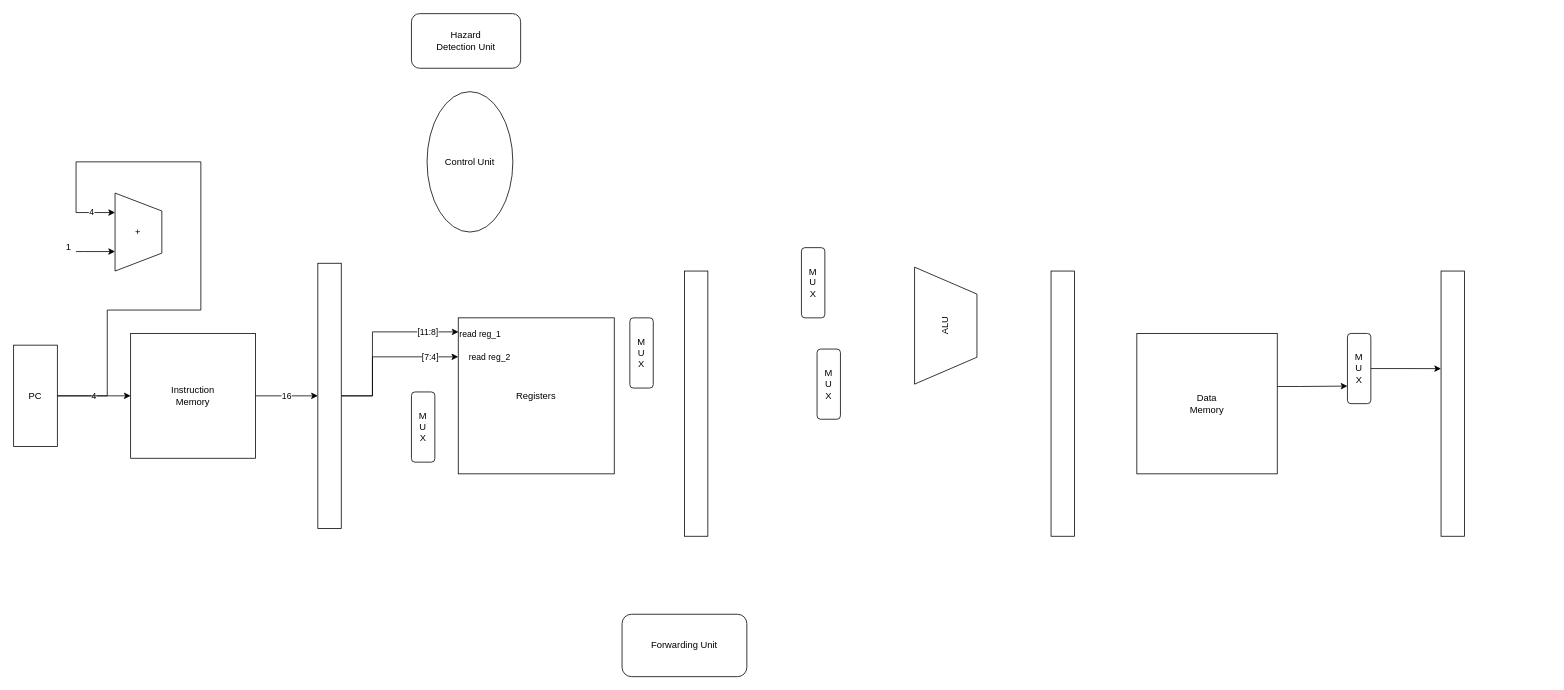
Above: Untitled Diagram.drawio in PeitingXie/COMP3211-project (draw.io), before the change. Source tidied: cells renumbered, new cells numbered last; positions are measured from the earlier drawing's top-left corner, leaving out a move shared by most shapes. Both pictures are drawn from the tidied source at 78%, with x=0, y=0 at pixel (13, 13).
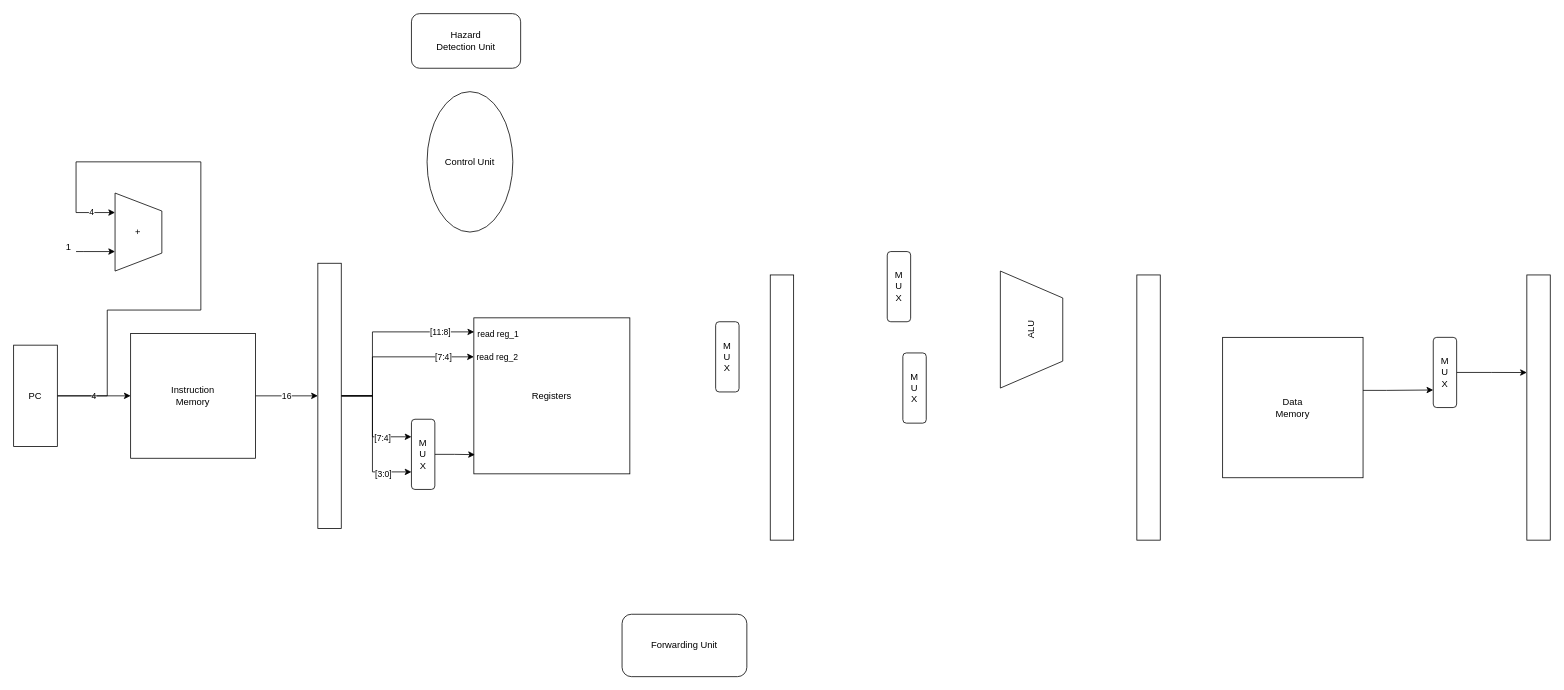
Above is the later version.

The change refers to these unchanged cells:
```xml
<mxCell id="8" style="edgeStyle=orthogonalEdgeStyle;rounded=0;jettySize=auto;html=1;entryX=0.002;entryY=0.09;entryDx=0;entryDy=0;entryPerimeter=0;" parent="1" edge="1" source="13" target="2">
  <mxGeometry relative="1" as="geometry">
    <Array as="points">
      <mxPoint x="460" y="490" />
      <mxPoint x="460" y="408" />
    </Array>
  </mxGeometry>
</mxCell>
<mxCell id="13" style="rounded=0;whiteSpace=wrap;html=1;" parent="1" vertex="1">
  <mxGeometry x="390" y="320" width="30" height="340" as="geometry" />
</mxCell>
```

The edit, as a diff of the source:
```diff
@@
     <mxCell id="2" value="Registers" style="whiteSpace=wrap;html=1;shadow=0;" parent="1" vertex="1">
-      <mxGeometry x="570" y="390" width="200" height="200" as="geometry" />
+      <mxGeometry x="590" y="390" width="200" height="200" as="geometry" />
     </mxCell>
@@
     <mxCell id="9" value="read reg_1" style="edgeLabel;html=1;align=center;verticalAlign=middle;" parent="8" vertex="1">
       <mxGeometry x="0.57" y="-2" relative="1" as="geometry">
-        <mxPoint x="77" as="offset" />
+        <mxPoint x="84" as="offset" />
       </mxGeometry>
     </mxCell>
@@
     <mxCell id="11" value="read reg_2" style="edgeStyle=orthogonalEdgeStyle;rounded=0;jettySize=auto;html=1;entryX=0;entryY=0.25;entryDx=0;entryDy=0;" parent="1" edge="1" source="13" target="2">
-      <mxGeometry x="1" y="40" relative="1" as="geometry">
+      <mxGeometry x="1" y="30" relative="1" as="geometry">
         <Array as="points">
           <mxPoint x="460" y="490" />
           <mxPoint x="460" y="440" />
         </Array>
-        <mxPoint x="40" y="40" as="offset" />
+        <mxPoint x="30" y="30" as="offset" />
       </mxGeometry>
     </mxCell>
@@
+    <mxCell id="32" style="edgeStyle=orthogonalEdgeStyle;rounded=0;jettySize=auto;html=1;entryX=0;entryY=0.25;entryDx=0;entryDy=0;" parent="1" edge="1" source="13" target="31">
+      <mxGeometry relative="1" as="geometry">
+        <Array as="points">
+          <mxPoint x="460" y="490" />
+          <mxPoint x="460" y="543" />
+        </Array>
+      </mxGeometry>
+    </mxCell>
+    <mxCell id="33" value="[7:4]" style="edgeLabel;html=1;align=center;verticalAlign=middle;" parent="32" vertex="1">
+      <mxGeometry x="0.47" y="-2" relative="1" as="geometry" />
+    </mxCell>
+    <mxCell id="34" style="edgeStyle=orthogonalEdgeStyle;rounded=0;jettySize=auto;html=1;entryX=0;entryY=0.75;entryDx=0;entryDy=0;" parent="1" edge="1" source="13" target="31">
+      <mxGeometry relative="1" as="geometry">
+        <Array as="points">
+          <mxPoint x="460" y="490" />
+          <mxPoint x="460" y="588" />
+        </Array>
+      </mxGeometry>
+    </mxCell>
+    <mxCell id="35" value="[3:0]" style="edgeLabel;html=1;align=center;verticalAlign=middle;" parent="34" vertex="1">
+      <mxGeometry x="0.61" y="-2" relative="1" as="geometry" />
+    </mxCell>
@@
     <mxCell id="14" style="rounded=0;whiteSpace=wrap;html=1;" parent="1" vertex="1">
-      <mxGeometry x="860" y="330" width="30" height="340" as="geometry" />
+      <mxGeometry x="970" y="335" width="30" height="340" as="geometry" />
     </mxCell>
     <mxCell id="15" value="M&lt;br&gt;U&lt;br&gt;X" style="rounded=1;whiteSpace=wrap;html=1;" parent="1" vertex="1">
-      <mxGeometry x="1010" y="300" width="30" height="90" as="geometry" />
+      <mxGeometry x="1120" y="305" width="30" height="90" as="geometry" />
     </mxCell>
     <mxCell id="16" value="M&lt;br&gt;U&lt;br&gt;X" style="rounded=1;whiteSpace=wrap;html=1;" parent="1" vertex="1">
-      <mxGeometry x="1030" y="430" width="30" height="90" as="geometry" />
+      <mxGeometry x="1140" y="435" width="30" height="90" as="geometry" />
     </mxCell>
     <mxCell id="17" value="M&lt;br&gt;U&lt;br&gt;X" style="rounded=1;whiteSpace=wrap;html=1;" parent="1" vertex="1">
-      <mxGeometry x="790" y="390" width="30" height="90" as="geometry" />
+      <mxGeometry x="900" y="395" width="30" height="90" as="geometry" />
     </mxCell>
@@
     <mxCell id="21" value="ALU" style="verticalLabelPosition=middle;verticalAlign=middle;html=1;shape=trapezoid;perimeter=trapezoidPerimeter;whiteSpace=wrap;size=0.23;arcSize=10;flipV=1;labelPosition=center;align=center;rotation=-90;" parent="1" vertex="1">
-      <mxGeometry x="1120" y="360" width="150" height="80" as="geometry" />
+      <mxGeometry x="1230" y="365" width="150" height="80" as="geometry" />
     </mxCell>
     <mxCell id="22" style="rounded=0;whiteSpace=wrap;html=1;" parent="1" vertex="1">
-      <mxGeometry x="1330" y="330" width="30" height="340" as="geometry" />
+      <mxGeometry x="1440" y="335" width="30" height="340" as="geometry" />
     </mxCell>
     <mxCell id="23" style="edgeStyle=orthogonalEdgeStyle;rounded=0;jettySize=auto;html=1;entryX=0;entryY=0.75;entryDx=0;entryDy=0;" parent="1" edge="1" source="24" target="26">
       <mxGeometry relative="1" as="geometry">
         <Array as="points">
-          <mxPoint x="1650" y="478" />
-          <mxPoint x="1650" y="478" />
+          <mxPoint x="1760" y="483" />
+          <mxPoint x="1760" y="483" />
         </Array>
       </mxGeometry>
     </mxCell>
     <mxCell id="24" value="Data&lt;br&gt;Memory" style="whiteSpace=wrap;html=1;" parent="1" vertex="1">
-      <mxGeometry x="1440" y="410" width="180" height="180" as="geometry" />
+      <mxGeometry x="1550" y="415" width="180" height="180" as="geometry" />
     </mxCell>
@@
     <mxCell id="26" value="M&lt;br&gt;U&lt;br&gt;X" style="rounded=1;whiteSpace=wrap;html=1;" parent="1" vertex="1">
-      <mxGeometry x="1710" y="410" width="30" height="90" as="geometry" />
+      <mxGeometry x="1820" y="415" width="30" height="90" as="geometry" />
     </mxCell>
     <mxCell id="27" style="rounded=0;whiteSpace=wrap;html=1;" parent="1" vertex="1">
-      <mxGeometry x="1830" y="330" width="30" height="340" as="geometry" />
+      <mxGeometry x="1940" y="335" width="30" height="340" as="geometry" />
     </mxCell>
@@
+    <mxCell id="36" style="edgeStyle=orthogonalEdgeStyle;rounded=0;jettySize=auto;html=1;entryX=0.007;entryY=0.877;entryDx=0;entryDy=0;entryPerimeter=0;" parent="1" edge="1" source="31" target="2">
+      <mxGeometry relative="1" as="geometry" />
+    </mxCell>
     <mxCell id="31" value="M&lt;br&gt;U&lt;br&gt;X" style="rounded=1;whiteSpace=wrap;html=1;" parent="1" vertex="1">
-      <mxGeometry x="510" y="485" width="30" height="90" as="geometry" />
+      <mxGeometry x="510" y="520" width="30" height="90" as="geometry" />
     </mxCell>
```
